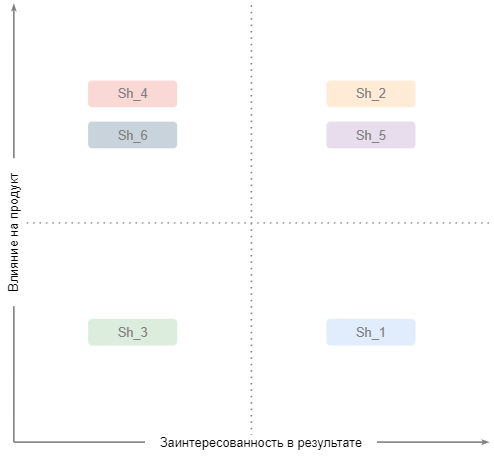
Before: img/stakeholders_mx.png, a diagram exported from draw.io (mxmntv/arch). Source tidied: cells renumbered, new cells last; positions are measured from the earlier drawing's top-left corner, leaving out a move shared by most shapes.
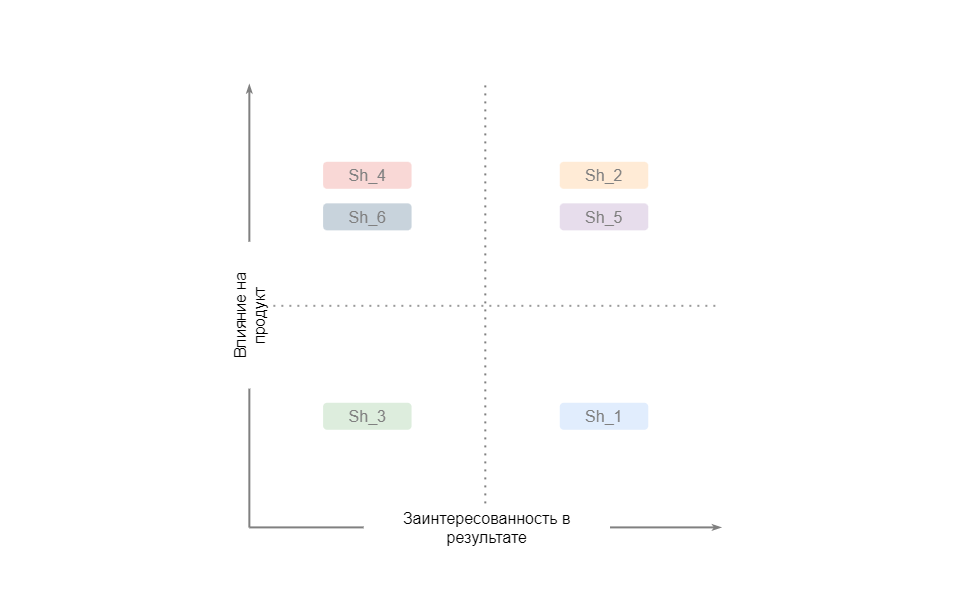
Later version of the same file.

Commit message:
Add stakeholders matrix

Diff of the diagram source:
```diff
@@ -2,61 +2,67 @@
   <root>
     <mxCell id="0" />
     <mxCell id="1" parent="0" />
-    <mxCell id="2" style="endArrow=none;dashed=1;html=1;dashPattern=1 3;strokeWidth=4;rounded=0;strokeColor=#808080;" parent="1" edge="1">
-      <mxGeometry x="392" y="47" as="geometry">
-        <mxPoint x="779.1" y="1095.8" as="sourcePoint" />
-        <mxPoint x="779.1" as="targetPoint" />
-      </mxGeometry>
-    </mxCell>
-    <mxCell id="3" style="endArrow=classicThin;html=1;rounded=0;startArrow=none;fontSize=6;endFill=0;strokeColor=#808080;strokeWidth=4;" parent="1" edge="1" source="7">
-      <mxGeometry x="392" y="47" as="geometry">
-        <mxPoint x="185.1" as="targetPoint" />
-      </mxGeometry>
-    </mxCell>
-    <mxCell id="4" style="endArrow=classicThin;html=1;rounded=0;startArrow=none;exitX=1;exitY=0.5;exitDx=0;exitDy=0;endFill=0;strokeColor=#808080;strokeWidth=4;" parent="1" edge="1" source="8">
-      <mxGeometry x="392" y="47" as="geometry">
-        <mxPoint x="1373" y="1095.8" as="targetPoint" />
-      </mxGeometry>
-    </mxCell>
-    <mxCell id="5" style="endArrow=none;dashed=1;html=1;dashPattern=1 3;strokeWidth=4;rounded=0;strokeColor=#999999;" parent="1" edge="1">
-      <mxGeometry x="392" y="47" as="geometry">
-        <mxPoint x="185.1" y="547.9" as="sourcePoint" />
-        <mxPoint x="1373" y="547.9" as="targetPoint" />
-      </mxGeometry>
-    </mxCell>
-    <mxCell id="6" style="endArrow=none;html=1;rounded=0;strokeColor=#808080;strokeWidth=4;" parent="1" edge="1" target="7">
-      <mxGeometry x="392" y="47" as="geometry">
-        <mxPoint x="185.1" y="1095.8" as="sourcePoint" />
-      </mxGeometry>
-    </mxCell>
+    <mxCell id="16" style="rounded=0;whiteSpace=wrap;html=1;labelBackgroundColor=none;fontSize=32;strokeColor=none;" parent="1" vertex="1">
+      <mxGeometry x="-244" y="-47" width="1920" height="1200" as="geometry" />
+    </mxCell>
+    <mxCell id="17" style="group;" parent="1" vertex="1">
+      <mxGeometry x="227" y="121" width="971" height="914" as="geometry" />
+    </mxCell>
+    <mxCell id="18" style="endArrow=none;dashed=1;html=1;dashPattern=1 3;strokeWidth=4;rounded=0;strokeColor=#808080;" parent="17" edge="1">
+      <mxGeometry x="-2.3" as="geometry">
+        <mxPoint x="499.1" y="886.3" as="sourcePoint" />
+        <mxPoint x="499.1" as="targetPoint" />
+      </mxGeometry>
+    </mxCell>
+    <mxCell id="19" style="endArrow=classicThin;html=1;rounded=0;startArrow=none;fontSize=6;endFill=0;strokeColor=#808080;strokeWidth=4;" parent="17" edge="1" source="7">
+      <mxGeometry x="-2.3" as="geometry">
+        <mxPoint x="27.2" as="targetPoint" />
+      </mxGeometry>
+    </mxCell>
+    <mxCell id="20" style="endArrow=classicThin;html=1;rounded=0;startArrow=none;exitX=1;exitY=0.5;exitDx=0;exitDy=0;endFill=0;strokeColor=#808080;strokeWidth=4;" parent="17" edge="1" source="8">
+      <mxGeometry x="-2.3" as="geometry">
+        <mxPoint x="971" y="886.3" as="targetPoint" />
+      </mxGeometry>
+    </mxCell>
+    <mxCell id="21" style="endArrow=none;dashed=1;html=1;dashPattern=1 3;strokeWidth=4;rounded=0;strokeColor=#999999;" parent="17" edge="1">
+      <mxGeometry x="-2.3" as="geometry">
+        <mxPoint x="27.2" y="443.2" as="sourcePoint" />
+        <mxPoint x="971" y="443.2" as="targetPoint" />
+      </mxGeometry>
+    </mxCell>
+    <mxCell id="22" style="endArrow=none;html=1;rounded=0;strokeColor=#808080;strokeWidth=4;" parent="17" edge="1" target="7">
+      <mxGeometry x="-2.3" as="geometry">
+        <mxPoint x="27.2" y="886.3" as="sourcePoint" />
+      </mxGeometry>
+    </mxCell>
-    <mxCell id="7" value="Влияние на продукт" style="text;html=1;strokeColor=none;fillColor=none;align=center;verticalAlign=middle;whiteSpace=wrap;rounded=0;fontSize=32;labelBackgroundColor=default;rotation=-90;" parent="1" vertex="1">
-      <mxGeometry x="0.2" y="536.8" width="369.9" height="68.5" as="geometry" />
+    <mxCell id="7" value="Влияние на продукт" style="text;html=1;strokeColor=none;fillColor=none;align=center;verticalAlign=middle;whiteSpace=wrap;rounded=0;fontSize=32;labelBackgroundColor=default;rotation=-90;" parent="17" vertex="1">
+      <mxGeometry x="-119.8" y="434.2" width="293.9" height="55.4" as="geometry" />
     </mxCell>
-    <mxCell id="8" value="Заинтересованность в результате" style="text;html=1;strokeColor=none;fillColor=none;align=center;verticalAlign=middle;whiteSpace=wrap;rounded=0;fontSize=32;labelBackgroundColor=default;" parent="1" vertex="1">
-      <mxGeometry x="513" y="1061.5" width="580" height="68.5" as="geometry" />
+    <mxCell id="8" value="Заинтересованность в результате" style="text;html=1;strokeColor=none;fillColor=none;align=center;verticalAlign=middle;whiteSpace=wrap;rounded=0;fontSize=32;labelBackgroundColor=default;" parent="17" vertex="1">
+      <mxGeometry x="255.7" y="858.6" width="492.8" height="55.4" as="geometry" />
     </mxCell>
-    <mxCell id="9" style="endArrow=none;html=1;rounded=0;strokeColor=#808080;strokeWidth=4;" parent="1" edge="1" target="8">
-      <mxGeometry x="392" y="47" as="geometry">
-        <mxPoint x="185.1" y="1095.8" as="sourcePoint" />
-      </mxGeometry>
-    </mxCell>
+    <mxCell id="23" style="endArrow=none;html=1;rounded=0;strokeColor=#808080;strokeWidth=4;" parent="17" edge="1" target="8">
+      <mxGeometry x="-2.3" as="geometry">
+        <mxPoint x="27.2" y="886.3" as="sourcePoint" />
+      </mxGeometry>
+    </mxCell>
-    <mxCell id="10" value="&lt;font color=&quot;#808080&quot; style=&quot;font-size: 32px;&quot;&gt;Sh_1&lt;/font&gt;" style="rounded=1;whiteSpace=wrap;html=1;labelBackgroundColor=none;fontSize=32;strokeColor=none;fillColor=#dae8fc;opacity=80;" parent="1" vertex="1">
-      <mxGeometry x="966.5" y="787.6" width="222.7" height="66.8" as="geometry" />
+    <mxCell id="10" value="&lt;font color=&quot;#808080&quot; style=&quot;font-size: 32px;&quot;&gt;Sh_1&lt;/font&gt;" style="rounded=1;whiteSpace=wrap;html=1;labelBackgroundColor=none;fontSize=32;strokeColor=none;fillColor=#dae8fc;opacity=80;" parent="17" vertex="1">
+      <mxGeometry x="648" y="637" width="177" height="54" as="geometry" />
     </mxCell>
-    <mxCell id="11" value="&lt;font color=&quot;#808080&quot; style=&quot;font-size: 32px;&quot;&gt;Sh_2&lt;/font&gt;" style="rounded=1;whiteSpace=wrap;html=1;labelBackgroundColor=none;fontSize=32;strokeColor=none;fillColor=#ffe6cc;opacity=80;" parent="1" vertex="1">
-      <mxGeometry x="966.5" y="191.8" width="222.7" height="66.8" as="geometry" />
+    <mxCell id="11" value="&lt;font color=&quot;#808080&quot; style=&quot;font-size: 32px;&quot;&gt;Sh_2&lt;/font&gt;" style="rounded=1;whiteSpace=wrap;html=1;labelBackgroundColor=none;fontSize=32;strokeColor=none;fillColor=#ffe6cc;opacity=80;" parent="17" vertex="1">
+      <mxGeometry x="648" y="155.1" width="177" height="54" as="geometry" />
     </mxCell>
-    <mxCell id="12" value="&lt;font color=&quot;#808080&quot; style=&quot;font-size: 32px;&quot;&gt;Sh_3&lt;/font&gt;" style="rounded=1;whiteSpace=wrap;html=1;labelBackgroundColor=none;fontSize=32;strokeColor=none;fillColor=#d5e8d4;opacity=80;" parent="1" vertex="1">
-      <mxGeometry x="370.7" y="787.6" width="222.7" height="66.8" as="geometry" />
+    <mxCell id="12" value="&lt;font color=&quot;#808080&quot; style=&quot;font-size: 32px;&quot;&gt;Sh_3&lt;/font&gt;" style="rounded=1;whiteSpace=wrap;html=1;labelBackgroundColor=none;fontSize=32;strokeColor=none;fillColor=#d5e8d4;opacity=80;" parent="17" vertex="1">
+      <mxGeometry x="174.7" y="637" width="177" height="54" as="geometry" />
     </mxCell>
-    <mxCell id="13" value="&lt;font color=&quot;#808080&quot; style=&quot;font-size: 32px;&quot;&gt;Sh_4&lt;/font&gt;" style="rounded=1;whiteSpace=wrap;html=1;labelBackgroundColor=none;fontSize=32;strokeColor=none;fillColor=#f8cecc;opacity=80;" parent="1" vertex="1">
-      <mxGeometry x="370.7" y="191.8" width="222.7" height="66.8" as="geometry" />
+    <mxCell id="13" value="&lt;font color=&quot;#808080&quot; style=&quot;font-size: 32px;&quot;&gt;Sh_4&lt;/font&gt;" style="rounded=1;whiteSpace=wrap;html=1;labelBackgroundColor=none;fontSize=32;strokeColor=none;fillColor=#f8cecc;opacity=80;" parent="17" vertex="1">
+      <mxGeometry x="174.7" y="155.1" width="177" height="54" as="geometry" />
     </mxCell>
-    <mxCell id="14" value="&lt;font color=&quot;#808080&quot; style=&quot;font-size: 32px;&quot;&gt;Sh_5&lt;/font&gt;" style="rounded=1;whiteSpace=wrap;html=1;labelBackgroundColor=none;fontSize=32;strokeColor=none;fillColor=#e1d5e7;opacity=80;" parent="1" vertex="1">
-      <mxGeometry x="966.5" y="294.5" width="222.7" height="66.8" as="geometry" />
+    <mxCell id="14" value="&lt;font color=&quot;#808080&quot; style=&quot;font-size: 32px;&quot;&gt;Sh_5&lt;/font&gt;" style="rounded=1;whiteSpace=wrap;html=1;labelBackgroundColor=none;fontSize=32;strokeColor=none;fillColor=#e1d5e7;opacity=80;" parent="17" vertex="1">
+      <mxGeometry x="648" y="238.2" width="177" height="54" as="geometry" />
     </mxCell>
-    <mxCell id="15" value="&lt;font color=&quot;#808080&quot; style=&quot;font-size: 32px;&quot;&gt;Sh_6&lt;/font&gt;" style="rounded=1;whiteSpace=wrap;html=1;labelBackgroundColor=none;fontSize=32;strokeColor=none;fillColor=#bac8d3;opacity=80;" parent="1" vertex="1">
-      <mxGeometry x="370.7" y="294.5" width="222.7" height="66.8" as="geometry" />
+    <mxCell id="15" value="&lt;font color=&quot;#808080&quot; style=&quot;font-size: 32px;&quot;&gt;Sh_6&lt;/font&gt;" style="rounded=1;whiteSpace=wrap;html=1;labelBackgroundColor=none;fontSize=32;strokeColor=none;fillColor=#bac8d3;opacity=80;" parent="17" vertex="1">
+      <mxGeometry x="174.7" y="238.2" width="177" height="54" as="geometry" />
     </mxCell>
   </root>
 </mxGraphModel>
```
